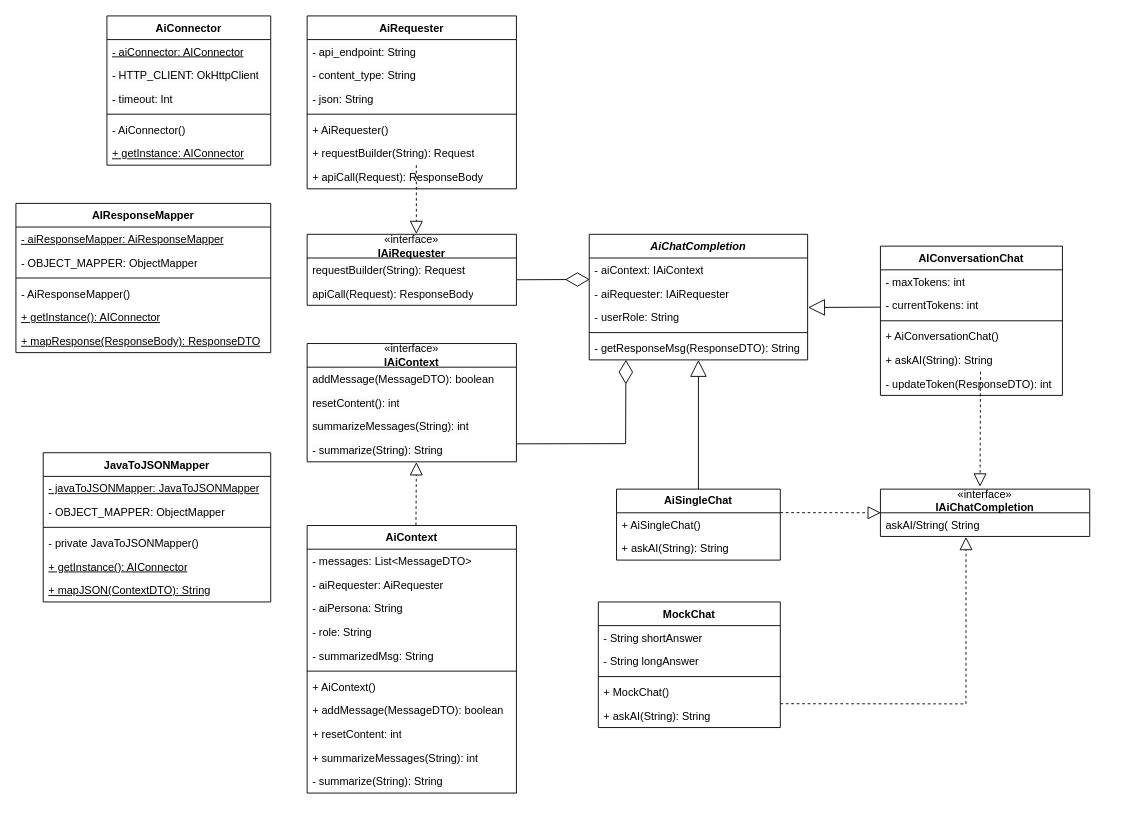
Before: Konzept/UML-AI-Connect.drawio in kurisox/Ai-Connect-Abschlussprojekt, a draw.io diagram. Source tidied: cells renumbered, new cells numbered last; positions are measured from the earlier drawing's top-left corner, leaving out a move shared by most shapes. Both pictures are drawn from the tidied source at 91%, with x=0, y=0 at pixel (15, 15).
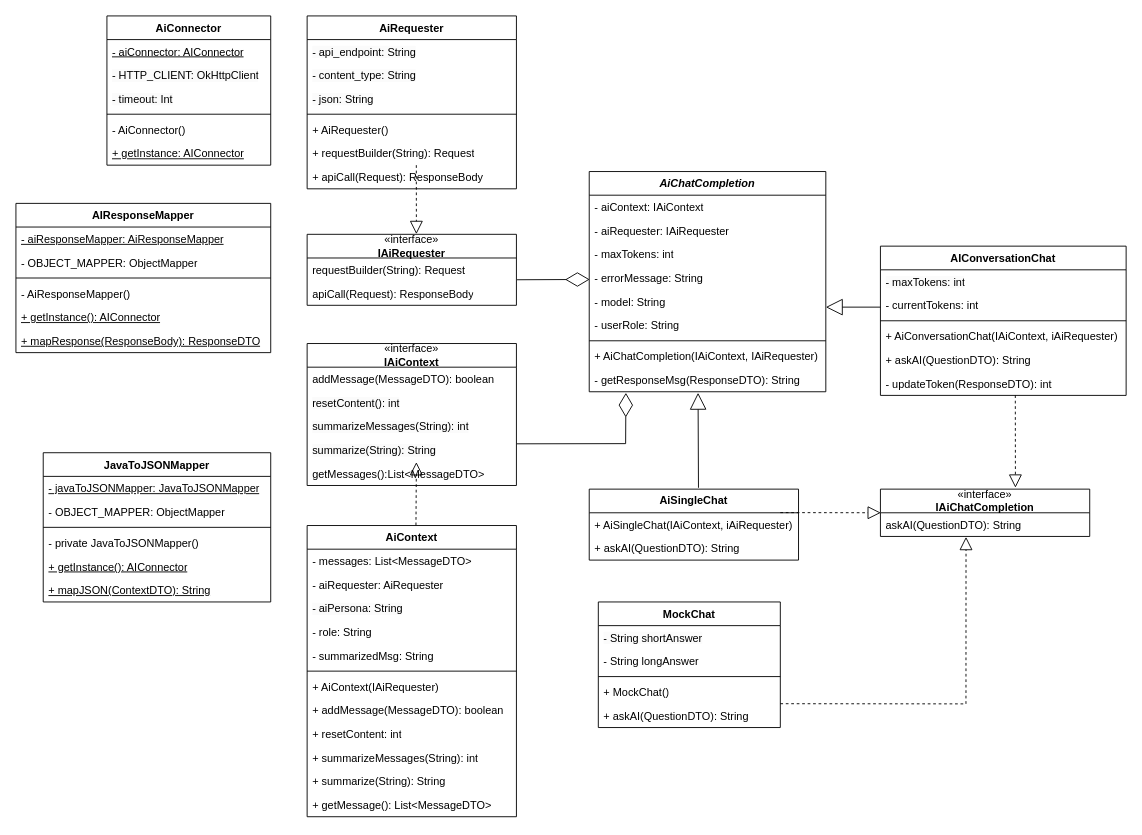
Above is the later version.

Commit message:
adjusted class structure to project

The change refers to these unchanged cells:
```xml
<mxCell id="73" value="«interface»&lt;br&gt;&lt;b&gt;IAiChatCompletion&lt;/b&gt;" style="swimlane;fontStyle=0;horizontal=1;startSize=26;fillColor=none;whiteSpace=wrap;html=1;" parent="1" vertex="1">
  <mxGeometry x="950" y="520" width="230" height="52" as="geometry" />
</mxCell>
<mxCell id="78" value="&lt;b&gt;MockChat&lt;/b&gt;" style="swimlane;fontStyle=0;align=center;verticalAlign=top;horizontal=1;startSize=26;whiteSpace=wrap;html=1;" parent="1" vertex="1">
  <mxGeometry x="640" y="644" width="200" height="138" as="geometry" />
</mxCell>
```

Change to the diagram source:
```diff
@@
     <mxCell id="16" value="AiContext" style="swimlane;fontStyle=1;align=center;verticalAlign=top;horizontal=1;startSize=26;whiteSpace=wrap;html=1;" parent="1" vertex="1">
-      <mxGeometry x="320" y="560" width="230" height="294" as="geometry" />
+      <mxGeometry x="320" y="560" width="230" height="320" as="geometry" />
     </mxCell>
@@
-    <mxCell id="23" value="+ AiContext()" style="text;strokeColor=none;fillColor=none;align=left;verticalAlign=top;spacingLeft=4;spacingRight=4;overflow=hidden;whiteSpace=wrap;html=1;" parent="16" vertex="1">
+    <mxCell id="23" value="+ AiContext(IAiRequester)" style="text;strokeColor=none;fillColor=none;align=left;verticalAlign=top;spacingLeft=4;spacingRight=4;overflow=hidden;whiteSpace=wrap;html=1;" parent="16" vertex="1">
       <mxGeometry y="164" width="230" height="26" as="geometry" />
     </mxCell>
@@
-    <mxCell id="27" value="- summarize(String): String" style="text;strokeColor=none;fillColor=none;align=left;verticalAlign=top;spacingLeft=4;spacingRight=4;overflow=hidden;whiteSpace=wrap;html=1;" parent="16" vertex="1">
+    <mxCell id="27" value="+ summarize(String): String" style="text;strokeColor=none;fillColor=none;align=left;verticalAlign=top;spacingLeft=4;spacingRight=4;overflow=hidden;whiteSpace=wrap;html=1;" parent="16" vertex="1">
       <mxGeometry y="268" width="230" height="26" as="geometry" />
     </mxCell>
+    <mxCell id="84" value="+ getMessage(): List&amp;lt;MessageDTO&amp;gt;" style="text;strokeColor=none;fillColor=none;align=left;verticalAlign=top;spacingLeft=4;spacingRight=4;overflow=hidden;whiteSpace=wrap;html=1;" parent="16" vertex="1">
+      <mxGeometry y="294" width="230" height="26" as="geometry" />
+    </mxCell>
@@
     <mxCell id="35" value="&lt;i&gt;AiChatCompletion&lt;/i&gt;" style="swimlane;fontStyle=1;align=center;verticalAlign=top;horizontal=1;startSize=26;whiteSpace=wrap;html=1;" parent="1" vertex="1">
-      <mxGeometry x="630" y="240" width="240" height="138" as="geometry" />
+      <mxGeometry x="630" y="171" width="260" height="242" as="geometry" />
     </mxCell>
     <mxCell id="36" value="- aiContext: IAiContext" style="text;strokeColor=none;fillColor=none;align=left;verticalAlign=top;spacingLeft=4;spacingRight=4;overflow=hidden;whiteSpace=wrap;html=1;" parent="35" vertex="1">
-      <mxGeometry y="26" width="240" height="26" as="geometry" />
+      <mxGeometry y="26" width="260" height="26" as="geometry" />
     </mxCell>
     <mxCell id="37" value="- aiRequester: IAiRequester" style="text;strokeColor=none;fillColor=none;align=left;verticalAlign=top;spacingLeft=4;spacingRight=4;overflow=hidden;whiteSpace=wrap;html=1;" parent="35" vertex="1">
-      <mxGeometry y="52" width="240" height="26" as="geometry" />
+      <mxGeometry y="52" width="260" height="26" as="geometry" />
     </mxCell>
+    <mxCell id="85" value="- maxTokens: int" style="text;strokeColor=none;fillColor=none;align=left;verticalAlign=top;spacingLeft=4;spacingRight=4;overflow=hidden;whiteSpace=wrap;html=1;" parent="35" vertex="1">
+      <mxGeometry y="78" width="260" height="26" as="geometry" />
+    </mxCell>
+    <mxCell id="86" value="- errorMessage: String&lt;span style=&quot;white-space: pre;&quot;&gt;&#9;&lt;/span&gt;&lt;span style=&quot;white-space: pre;&quot;&gt;&#9;&lt;/span&gt;" style="text;strokeColor=none;fillColor=none;align=left;verticalAlign=top;spacingLeft=4;spacingRight=4;overflow=hidden;whiteSpace=wrap;html=1;" parent="35" vertex="1">
+      <mxGeometry y="104" width="260" height="26" as="geometry" />
+    </mxCell>
+    <mxCell id="87" value="- model: String" style="text;strokeColor=none;fillColor=none;align=left;verticalAlign=top;spacingLeft=4;spacingRight=4;overflow=hidden;whiteSpace=wrap;html=1;" parent="35" vertex="1">
+      <mxGeometry y="130" width="260" height="26" as="geometry" />
+    </mxCell>
     <mxCell id="38" value="- userRole: String" style="text;strokeColor=none;fillColor=none;align=left;verticalAlign=top;spacingLeft=4;spacingRight=4;overflow=hidden;whiteSpace=wrap;html=1;" parent="35" vertex="1">
-      <mxGeometry y="78" width="240" height="26" as="geometry" />
+      <mxGeometry y="156" width="260" height="26" as="geometry" />
     </mxCell>
     <mxCell id="39" style="line;strokeWidth=1;fillColor=none;align=left;verticalAlign=middle;spacingTop=-1;spacingLeft=3;spacingRight=3;labelPosition=right;strokeColor=inherit;" parent="35" vertex="1">
-      <mxGeometry y="104" width="240" height="8" as="geometry" />
+      <mxGeometry y="182" width="260" height="8" as="geometry" />
     </mxCell>
+    <mxCell id="88" value="+ AiChatCompletion(IAiContext, IAiRequester)" style="text;strokeColor=none;fillColor=none;align=left;verticalAlign=top;spacingLeft=4;spacingRight=4;overflow=hidden;whiteSpace=wrap;html=1;" parent="35" vertex="1">
+      <mxGeometry y="190" width="260" height="26" as="geometry" />
+    </mxCell>
     <mxCell id="40" value="- getResponseMsg(ResponseDTO): String" style="text;strokeColor=none;fillColor=none;align=left;verticalAlign=top;spacingLeft=4;spacingRight=4;overflow=hidden;points=[[0,0.5],[1,0.5]];portConstraint=eastwest;whiteSpace=wrap;html=1;" parent="35" vertex="1">
-      <mxGeometry y="112" width="240" height="26" as="geometry" />
+      <mxGeometry y="216" width="260" height="26" as="geometry" />
     </mxCell>
     <mxCell id="41" value="&lt;b&gt;AiSingleChat&lt;/b&gt;" style="swimlane;fontStyle=0;horizontal=1;startSize=26;fillColor=none;whiteSpace=wrap;html=1;" parent="1" vertex="1">
-      <mxGeometry x="660" y="520" width="180" height="78" as="geometry" />
+      <mxGeometry x="630" y="520" width="230" height="78" as="geometry" />
     </mxCell>
-    <mxCell id="42" value="+ AiSingleChat()" style="text;strokeColor=none;fillColor=none;align=left;verticalAlign=top;spacingLeft=4;spacingRight=4;overflow=hidden;whiteSpace=wrap;html=1;" parent="41" vertex="1">
-      <mxGeometry y="26" width="180" height="26" as="geometry" />
+    <mxCell id="42" value="+ AiSingleChat(IAiContext, iAiRequester)" style="text;strokeColor=none;fillColor=none;align=left;verticalAlign=top;spacingLeft=4;spacingRight=4;overflow=hidden;whiteSpace=wrap;html=1;" parent="41" vertex="1">
+      <mxGeometry y="26" width="230" height="26" as="geometry" />
     </mxCell>
-    <mxCell id="43" value="+ askAI(String): String" style="text;strokeColor=none;fillColor=none;align=left;verticalAlign=top;spacingLeft=4;spacingRight=4;overflow=hidden;whiteSpace=wrap;html=1;" parent="41" vertex="1">
-      <mxGeometry y="52" width="180" height="26" as="geometry" />
+    <mxCell id="43" value="+ askAI(QuestionDTO): String" style="text;strokeColor=none;fillColor=none;align=left;verticalAlign=top;spacingLeft=4;spacingRight=4;overflow=hidden;whiteSpace=wrap;html=1;" parent="41" vertex="1">
+      <mxGeometry y="52" width="230" height="26" as="geometry" />
     </mxCell>
     <mxCell id="44" value="&lt;b&gt;AIConversationChat&lt;/b&gt;" style="swimlane;fontStyle=0;align=center;verticalAlign=top;horizontal=1;startSize=26;whiteSpace=wrap;html=1;" parent="1" vertex="1">
-      <mxGeometry x="950" y="253" width="200" height="164" as="geometry" />
+      <mxGeometry x="950" y="253" width="270" height="164" as="geometry" />
     </mxCell>
     <mxCell id="45" value="&lt;span style=&quot;color: rgb(0, 0, 0); font-family: Helvetica; font-size: 12px; font-style: normal; font-variant-ligatures: normal; font-variant-caps: normal; font-weight: 400; letter-spacing: normal; orphans: 2; text-align: left; text-indent: 0px; text-transform: none; widows: 2; word-spacing: 0px; -webkit-text-stroke-width: 0px; white-space: normal; background-color: rgb(251, 251, 251); text-decoration-thickness: initial; text-decoration-style: initial; text-decoration-color: initial; display: inline !important; float: none;&quot;&gt;- maxTokens: int&lt;/span&gt;" style="text;strokeColor=none;fillColor=none;align=left;verticalAlign=top;spacingLeft=4;spacingRight=4;overflow=hidden;whiteSpace=wrap;html=1;" parent="44" vertex="1">
-      <mxGeometry y="26" width="200" height="26" as="geometry" />
+      <mxGeometry y="26" width="270" height="26" as="geometry" />
     </mxCell>
     <mxCell id="46" value="- currentTokens: int" style="text;strokeColor=none;fillColor=none;align=left;verticalAlign=top;spacingLeft=4;spacingRight=4;overflow=hidden;points=[[0,0.5],[1,0.5]];portConstraint=eastwest;whiteSpace=wrap;html=1;" parent="44" vertex="1">
-      <mxGeometry y="52" width="200" height="26" as="geometry" />
+      <mxGeometry y="52" width="270" height="26" as="geometry" />
     </mxCell>
     <mxCell id="47" style="line;strokeWidth=1;fillColor=none;align=left;verticalAlign=middle;spacingTop=-1;spacingLeft=3;spacingRight=3;labelPosition=right;strokeColor=inherit;" parent="44" vertex="1">
-      <mxGeometry y="78" width="200" height="8" as="geometry" />
+      <mxGeometry y="78" width="270" height="8" as="geometry" />
     </mxCell>
-    <mxCell id="48" value="&lt;span style=&quot;font-style: normal;&quot;&gt;+ AiConversationChat()&lt;/span&gt;" style="text;strokeColor=none;fillColor=none;align=left;verticalAlign=top;spacingLeft=4;spacingRight=4;overflow=hidden;whiteSpace=wrap;html=1;fontStyle=2;" parent="44" vertex="1">
-      <mxGeometry y="86" width="200" height="26" as="geometry" />
+    <mxCell id="48" value="&lt;span style=&quot;font-style: normal;&quot;&gt;+ AiConversationChat(IAiContext, iAiRequester)&lt;/span&gt;" style="text;strokeColor=none;fillColor=none;align=left;verticalAlign=top;spacingLeft=4;spacingRight=4;overflow=hidden;whiteSpace=wrap;html=1;fontStyle=2;" parent="44" vertex="1">
+      <mxGeometry y="86" width="270" height="26" as="geometry" />
     </mxCell>
-    <mxCell id="49" value="&lt;span style=&quot;font-style: normal;&quot;&gt;+ askAI(String): String&lt;/span&gt;" style="text;strokeColor=none;fillColor=none;align=left;verticalAlign=top;spacingLeft=4;spacingRight=4;overflow=hidden;whiteSpace=wrap;html=1;fontStyle=2;" parent="44" vertex="1">
-      <mxGeometry y="112" width="200" height="26" as="geometry" />
+    <mxCell id="49" value="&lt;span style=&quot;font-style: normal;&quot;&gt;+ askAI(&lt;/span&gt;&lt;span style=&quot;font-style: normal;&quot;&gt;QuestionDTO&lt;/span&gt;&lt;span style=&quot;font-style: normal;&quot;&gt;): String&lt;/span&gt;" style="text;strokeColor=none;fillColor=none;align=left;verticalAlign=top;spacingLeft=4;spacingRight=4;overflow=hidden;whiteSpace=wrap;html=1;fontStyle=2;" parent="44" vertex="1">
+      <mxGeometry y="112" width="270" height="26" as="geometry" />
     </mxCell>
     <mxCell id="50" value="&lt;span style=&quot;font-style: normal;&quot;&gt;- updateToken(ResponseDTO): int&lt;/span&gt;" style="text;strokeColor=none;fillColor=none;align=left;verticalAlign=top;spacingLeft=4;spacingRight=4;overflow=hidden;points=[[0,0.5],[1,0.5]];portConstraint=eastwest;whiteSpace=wrap;html=1;fontStyle=2;" parent="44" vertex="1">
-      <mxGeometry y="138" width="200" height="26" as="geometry" />
+      <mxGeometry y="138" width="270" height="26" as="geometry" />
     </mxCell>
@@
-    <mxCell id="59" style="endArrow=block;endSize=16;endFill=0;html=1;rounded=0;exitX=0.5;exitY=0;exitDx=0;exitDy=0;entryX=0.5;entryY=1;entryDx=0;entryDy=0;" parent="1" edge="1" source="41" target="35">
+    <mxCell id="59" style="endArrow=block;endSize=16;endFill=0;html=1;rounded=0;entryX=0.46;entryY=1.044;entryDx=0;entryDy=0;entryPerimeter=0;exitX=0.522;exitY=-0.019;exitDx=0;exitDy=0;exitPerimeter=0;" parent="1" edge="1" source="41" target="40">
       <mxGeometry relative="1" as="geometry" />
     </mxCell>
-    <mxCell id="60" style="endArrow=block;endSize=16;endFill=0;html=1;rounded=0;exitX=0;exitY=0.577;exitDx=0;exitDy=0;exitPerimeter=0;entryX=1.002;entryY=0.093;entryDx=0;entryDy=0;entryPerimeter=0;" parent="1" edge="1" source="46">
+    <mxCell id="60" style="endArrow=block;endSize=16;endFill=0;html=1;rounded=0;exitX=0;exitY=0.577;exitDx=0;exitDy=0;exitPerimeter=0;" parent="1" edge="1" source="46">
       <mxGeometry relative="1" as="geometry">
-        <mxPoint x="870.5" y="320.4" as="targetPoint" />
+        <mxPoint x="890" y="320" as="targetPoint" />
       </mxGeometry>
     </mxCell>
@@
-    <mxCell id="62" style="endArrow=diamondThin;endFill=0;endSize=24;html=1;rounded=0;entryX=0.168;entryY=0.998;entryDx=0;entryDy=0;entryPerimeter=0;exitX=1.002;exitY=0.239;exitDx=0;exitDy=0;exitPerimeter=0;" parent="1" edge="1" source="70" target="40">
+    <mxCell id="62" style="endArrow=diamondThin;endFill=0;endSize=24;html=1;rounded=0;exitX=1.002;exitY=0.239;exitDx=0;exitDy=0;exitPerimeter=0;entryX=0.155;entryY=1.046;entryDx=0;entryDy=0;entryPerimeter=0;" parent="1" edge="1" source="70" target="40">
       <mxGeometry relative="1" as="geometry">
         <Array as="points">
           <mxPoint x="670" y="470" />
         </Array>
       </mxGeometry>
     </mxCell>
@@
     <mxCell id="66" value="«interface»&lt;br&gt;&lt;b&gt;IAiContext&lt;/b&gt;" style="swimlane;fontStyle=0;horizontal=1;startSize=26;fillColor=none;whiteSpace=wrap;html=1;" parent="1" vertex="1">
-      <mxGeometry x="320" y="360" width="230" height="130" as="geometry" />
+      <mxGeometry x="320" y="360" width="230" height="156" as="geometry" />
     </mxCell>
@@
-    <mxCell id="70" value="&lt;span style=&quot;color: rgb(0, 0, 0); font-family: Helvetica; font-size: 12px; font-style: normal; font-variant-ligatures: normal; font-variant-caps: normal; font-weight: 400; letter-spacing: normal; orphans: 2; text-align: left; text-indent: 0px; text-transform: none; widows: 2; word-spacing: 0px; -webkit-text-stroke-width: 0px; white-space: normal; background-color: rgb(251, 251, 251); text-decoration-thickness: initial; text-decoration-style: initial; text-decoration-color: initial; display: inline !important; float: none;&quot;&gt;- summarize(String): String&lt;/span&gt;" style="text;strokeColor=none;fillColor=none;align=left;verticalAlign=top;spacingLeft=4;spacingRight=4;overflow=hidden;points=[[0,0.5],[1,0.5]];portConstraint=eastwest;whiteSpace=wrap;html=1;" parent="66" vertex="1">
+    <mxCell id="70" value="&lt;span style=&quot;color: rgb(0, 0, 0); font-family: Helvetica; font-size: 12px; font-style: normal; font-variant-ligatures: normal; font-variant-caps: normal; font-weight: 400; letter-spacing: normal; orphans: 2; text-align: left; text-indent: 0px; text-transform: none; widows: 2; word-spacing: 0px; -webkit-text-stroke-width: 0px; white-space: normal; background-color: rgb(251, 251, 251); text-decoration-thickness: initial; text-decoration-style: initial; text-decoration-color: initial; display: inline !important; float: none;&quot;&gt;summarize(String): String&lt;/span&gt;" style="text;strokeColor=none;fillColor=none;align=left;verticalAlign=top;spacingLeft=4;spacingRight=4;overflow=hidden;points=[[0,0.5],[1,0.5]];portConstraint=eastwest;whiteSpace=wrap;html=1;" parent="66" vertex="1">
       <mxGeometry y="104" width="230" height="26" as="geometry" />
     </mxCell>
+    <mxCell id="89" value="getMessages():List&amp;lt;MessageDTO&amp;gt;" style="text;strokeColor=none;fillColor=none;align=left;verticalAlign=top;spacingLeft=4;spacingRight=4;overflow=hidden;whiteSpace=wrap;html=1;" parent="66" vertex="1">
+      <mxGeometry y="130" width="230" height="26" as="geometry" />
+    </mxCell>
@@
-    <mxCell id="74" value="askAI/String( String" style="text;strokeColor=none;fillColor=none;align=left;verticalAlign=top;spacingLeft=4;spacingRight=4;overflow=hidden;points=[[0,0.5],[1,0.5]];portConstraint=eastwest;whiteSpace=wrap;html=1;" parent="73" vertex="1">
+    <mxCell id="74" value="askAI(QuestionDTO):&amp;nbsp;String" style="text;strokeColor=none;fillColor=none;align=left;verticalAlign=top;spacingLeft=4;spacingRight=4;overflow=hidden;points=[[0,0.5],[1,0.5]];portConstraint=eastwest;whiteSpace=wrap;html=1;" parent="73" vertex="1">
       <mxGeometry y="26" width="230" height="26" as="geometry" />
     </mxCell>
@@
-    <mxCell id="77" style="endArrow=block;dashed=1;endFill=0;endSize=12;html=1;rounded=0;entryX=0.476;entryY=-0.052;entryDx=0;entryDy=0;entryPerimeter=0;exitX=0.478;exitY=1.231;exitDx=0;exitDy=0;exitPerimeter=0;" parent="1" edge="1" target="73">
-      <mxGeometry relative="1" as="geometry">
-        <mxPoint x="1060" y="391" as="sourcePoint" />
-      </mxGeometry>
+    <mxCell id="77" style="endArrow=block;dashed=1;endFill=0;endSize=12;html=1;rounded=0;entryX=0.645;entryY=-0.03;entryDx=0;entryDy=0;entryPerimeter=0;exitX=0.549;exitY=0.995;exitDx=0;exitDy=0;exitPerimeter=0;" parent="1" edge="1" source="50" target="73">
+      <mxGeometry relative="1" as="geometry" />
     </mxCell>
@@
-    <mxCell id="83" value="&lt;span style=&quot;font-style: normal;&quot;&gt;+ askAI(String): String&lt;/span&gt;" style="text;strokeColor=none;fillColor=none;align=left;verticalAlign=top;spacingLeft=4;spacingRight=4;overflow=hidden;whiteSpace=wrap;html=1;fontStyle=2;" parent="78" vertex="1">
+    <mxCell id="83" value="&lt;span style=&quot;font-style: normal;&quot;&gt;+ askAI(QuestionDTO): String&lt;/span&gt;" style="text;strokeColor=none;fillColor=none;align=left;verticalAlign=top;spacingLeft=4;spacingRight=4;overflow=hidden;whiteSpace=wrap;html=1;fontStyle=2;" parent="78" vertex="1">
       <mxGeometry y="112" width="200" height="26" as="geometry" />
     </mxCell>
```
